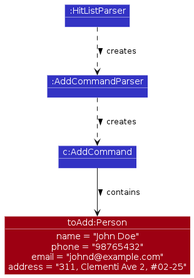
AY2526S2-CS2103T-W11-2/tp keeps this PlantUML diagram as diagrams/add-person/PersonAddParsing.png. Above is the earlier version. Its source is kept beside it as diagrams/add-person/PersonAddParsing.puml. Source of this version:
```plantuml
@startuml person-add-parsing
!include ../style.puml
skinparam ArrowFontStyle plain

skinparam shadowing false
skinparam ObjectFontColor #FFFFFF
skinparam ObjectAttributeFontColor #FFFFFF
skinparam ObjectBorderColor #FFFFFF

show objects
show members

object ":HitListParser" as HitListParser LOGIC_COLOR
object ":AddCommandParser" as AddCommandParser LOGIC_COLOR
object "c:AddCommand" as AddCommand LOGIC_COLOR
object "toAdd:Person" as Person MODEL_COLOR

HitListParser ..> AddCommandParser : creates >
AddCommandParser ..> AddCommand : creates >
AddCommand --> Person : contains >

Person : name = "John Doe"
Person : phone = "98765432"
Person : email = "johnd@example.com"
Person : address = "311, Clementi Ave 2, #02-25"
@enduml
```
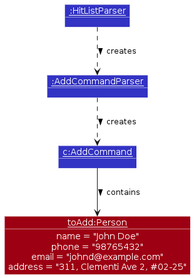
After the commit.

What changed in the source:
```diff
@@ -10,10 +10,10 @@
 show objects
 show members
 
-object ":HitListParser" as HitListParser LOGIC_COLOR
-object ":AddCommandParser" as AddCommandParser LOGIC_COLOR
-object "c:AddCommand" as AddCommand LOGIC_COLOR
-object "toAdd:Person" as Person MODEL_COLOR
+object "<u>:HitListParser</u>" as HitListParser LOGIC_COLOR
+object "<u>:AddCommandParser</u>" as AddCommandParser LOGIC_COLOR
+object "<u>c:AddCommand</u>" as AddCommand LOGIC_COLOR
+object "<u>toAdd:Person</u>" as Person MODEL_COLOR
 
 HitListParser ..> AddCommandParser : creates >
 AddCommandParser ..> AddCommand : creates >
```
